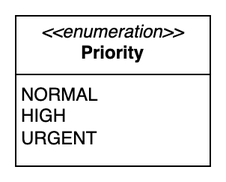
This is images/uml-04b.png from davecheng-tech/Random-Notes, a draw.io export, as it was before one commit. Source tidied: cells renumbered, new cells last; positions are measured from the earlier drawing's top-left corner, leaving out a move shared by most shapes.
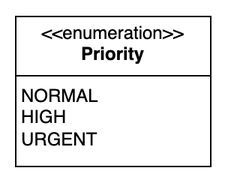
Above is the later version.

Change to the diagram source:
```diff
@@ -2,7 +2,7 @@
   <root>
     <mxCell id="0" />
     <mxCell id="1" parent="0" />
-    <mxCell id="2" value="&lt;p style=&quot;margin:0px;margin-top:4px;text-align:center;&quot;&gt;&lt;i&gt;&amp;lt;&amp;lt;enumeration&amp;gt;&amp;gt;&lt;/i&gt;&lt;br&gt;&lt;b&gt;Priority&lt;/b&gt;&lt;/p&gt;&lt;hr size=&quot;1&quot; style=&quot;border-style:solid;&quot;&gt;&lt;p style=&quot;margin:0px;margin-left:4px;&quot;&gt;NORMAL&lt;/p&gt;&lt;p style=&quot;margin:0px;margin-left:4px;&quot;&gt;HIGH&lt;br&gt;URGENT&lt;/p&gt;" style="verticalAlign=top;align=left;overflow=fill;html=1;whiteSpace=wrap;" parent="1" vertex="1">
+    <mxCell id="2" value="&lt;p style=&quot;margin:0px;margin-top:4px;text-align:center;&quot;&gt;&amp;lt;&amp;lt;enumeration&amp;gt;&amp;gt;&lt;br&gt;&lt;b&gt;Priority&lt;/b&gt;&lt;/p&gt;&lt;hr size=&quot;1&quot; style=&quot;border-style:solid;&quot;&gt;&lt;p style=&quot;margin:0px;margin-left:4px;&quot;&gt;NORMAL&lt;/p&gt;&lt;p style=&quot;margin:0px;margin-left:4px;&quot;&gt;HIGH&lt;br&gt;URGENT&lt;/p&gt;" style="verticalAlign=top;align=left;overflow=fill;html=1;whiteSpace=wrap;" parent="1" vertex="1">
       <mxGeometry width="130" height="100" as="geometry" />
     </mxCell>
   </root>
```
